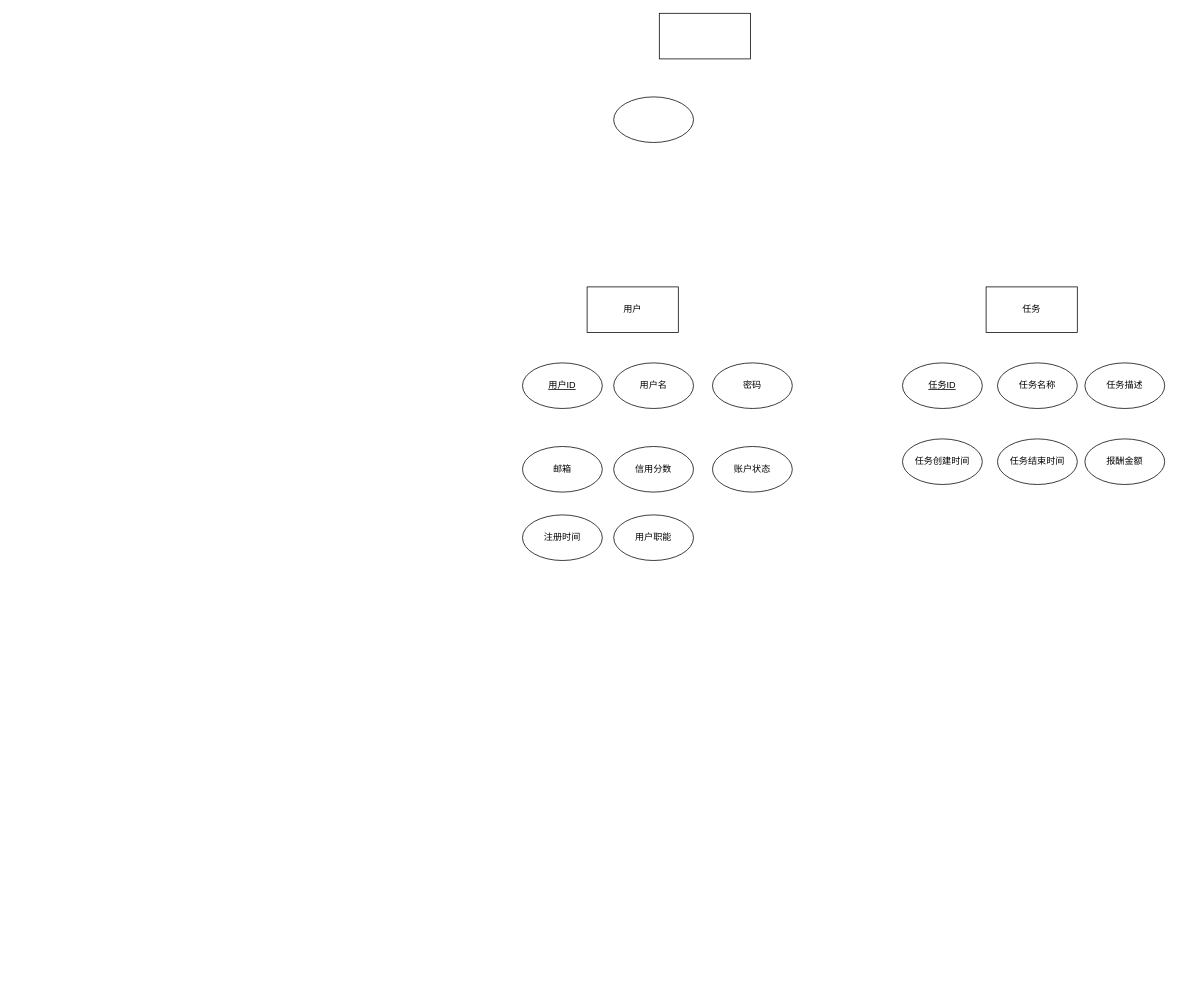
2yscww/Student-Support-Platform keeps this draw.io diagram as DOC/JavaEE_ER图.drawio. Above is the earlier version. Source tidied: cells renumbered, new cells numbered last; positions are measured from the earlier drawing's top-left corner, leaving out a move shared by most shapes. Both pictures are drawn from the tidied source at 76%, with x=0, y=0 at pixel (522, 13).
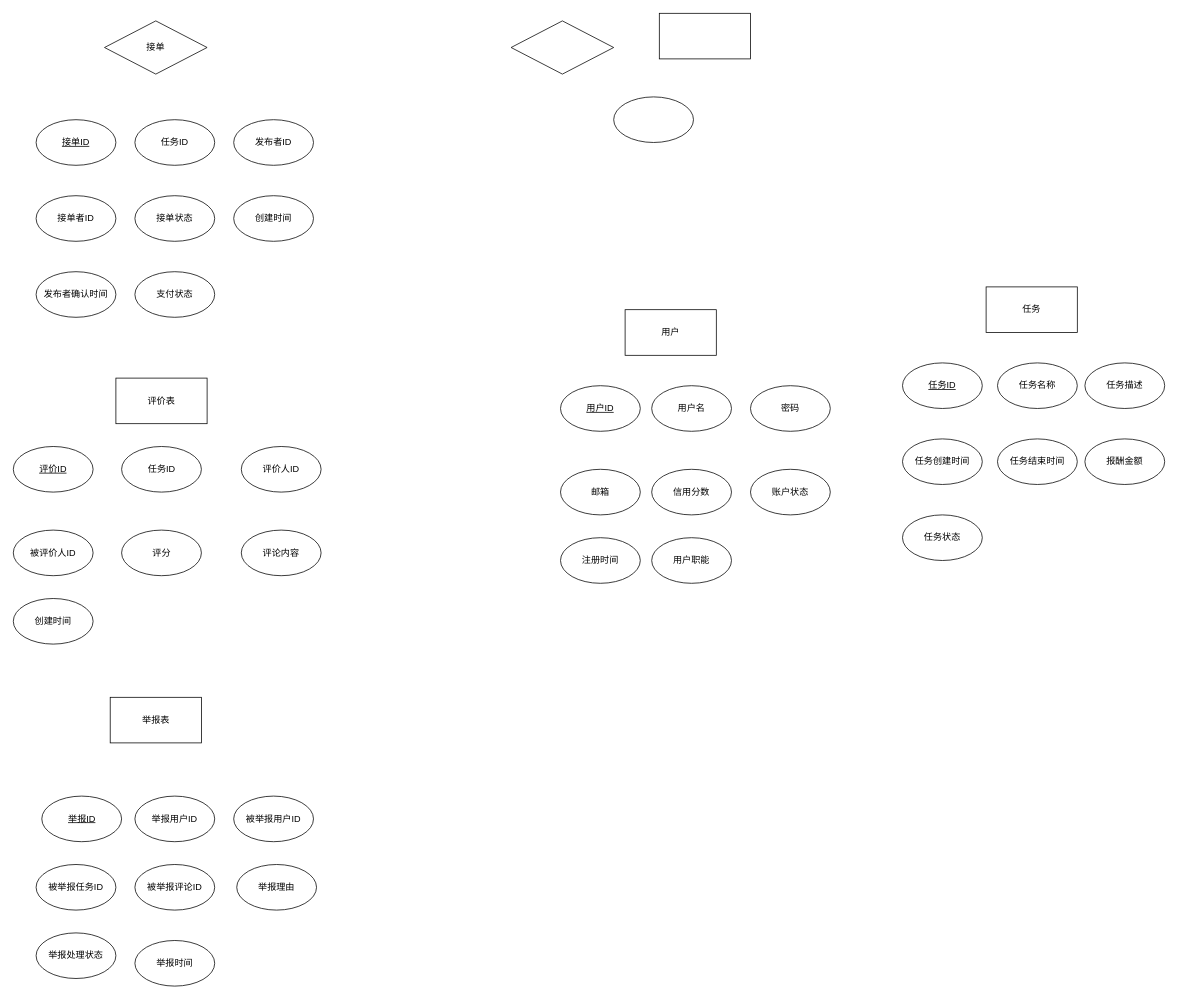
Above is the later version.

Commit message (it also covers changes not shown here):
[DOC] Add project ER diagram and sql file

Diff of the diagram source:
```diff
@@
     <mxCell id="4" value="用户" style="rounded=0;whiteSpace=wrap;html=1;" parent="1" vertex="1">
-      <mxGeometry x="85" y="360" width="120" height="60" as="geometry" />
+      <mxGeometry x="135" y="390" width="120" height="60" as="geometry" />
     </mxCell>
     <mxCell id="5" value="&lt;u&gt;用户ID&lt;/u&gt;" style="ellipse;whiteSpace=wrap;html=1;" parent="1" vertex="1">
-      <mxGeometry y="460" width="105" height="60" as="geometry" />
+      <mxGeometry x="50" y="490" width="105" height="60" as="geometry" />
     </mxCell>
     <mxCell id="6" value="用户名" style="ellipse;whiteSpace=wrap;html=1;" parent="1" vertex="1">
-      <mxGeometry x="120" y="460" width="105" height="60" as="geometry" />
+      <mxGeometry x="170" y="490" width="105" height="60" as="geometry" />
     </mxCell>
     <mxCell id="7" value="密码" style="ellipse;whiteSpace=wrap;html=1;" parent="1" vertex="1">
-      <mxGeometry x="250" y="460" width="105" height="60" as="geometry" />
+      <mxGeometry x="300" y="490" width="105" height="60" as="geometry" />
     </mxCell>
     <mxCell id="8" value="邮箱" style="ellipse;whiteSpace=wrap;html=1;" parent="1" vertex="1">
-      <mxGeometry y="570" width="105" height="60" as="geometry" />
+      <mxGeometry x="50" y="600" width="105" height="60" as="geometry" />
     </mxCell>
     <mxCell id="9" value="信用分数" style="ellipse;whiteSpace=wrap;html=1;" parent="1" vertex="1">
-      <mxGeometry x="120" y="570" width="105" height="60" as="geometry" />
+      <mxGeometry x="170" y="600" width="105" height="60" as="geometry" />
     </mxCell>
     <mxCell id="10" value="账户状态" style="ellipse;whiteSpace=wrap;html=1;" parent="1" vertex="1">
-      <mxGeometry x="250" y="570" width="105" height="60" as="geometry" />
+      <mxGeometry x="300" y="600" width="105" height="60" as="geometry" />
     </mxCell>
     <mxCell id="11" value="注册时间" style="ellipse;whiteSpace=wrap;html=1;" parent="1" vertex="1">
-      <mxGeometry y="660" width="105" height="60" as="geometry" />
+      <mxGeometry x="50" y="690" width="105" height="60" as="geometry" />
     </mxCell>
     <mxCell id="12" value="用户职能" style="ellipse;whiteSpace=wrap;html=1;" parent="1" vertex="1">
-      <mxGeometry x="120" y="660" width="105" height="60" as="geometry" />
+      <mxGeometry x="170" y="690" width="105" height="60" as="geometry" />
     </mxCell>
@@
+    <mxCell id="20" value="任务状态" style="ellipse;whiteSpace=wrap;html=1;" parent="1" vertex="1">
+      <mxGeometry x="500" y="660" width="105" height="60" as="geometry" />
+    </mxCell>
+    <mxCell id="21" value="接单" style="rhombus;whiteSpace=wrap;html=1;" parent="1" vertex="1">
+      <mxGeometry x="-550" y="10" width="135" height="70" as="geometry" />
+    </mxCell>
+    <mxCell id="22" style="rhombus;whiteSpace=wrap;html=1;" parent="1" vertex="1">
+      <mxGeometry x="-15" y="10" width="135" height="70" as="geometry" />
+    </mxCell>
+    <mxCell id="23" value="任务ID" style="ellipse;whiteSpace=wrap;html=1;" parent="1" vertex="1">
+      <mxGeometry x="-510" y="140" width="105" height="60" as="geometry" />
+    </mxCell>
+    <mxCell id="24" value="发布者ID" style="ellipse;whiteSpace=wrap;html=1;" parent="1" vertex="1">
+      <mxGeometry x="-380" y="140" width="105" height="60" as="geometry" />
+    </mxCell>
+    <mxCell id="25" value="&lt;u&gt;接单ID&lt;/u&gt;" style="ellipse;whiteSpace=wrap;html=1;" parent="1" vertex="1">
+      <mxGeometry x="-640" y="140" width="105" height="60" as="geometry" />
+    </mxCell>
+    <mxCell id="26" value="接单者ID" style="ellipse;whiteSpace=wrap;html=1;" parent="1" vertex="1">
+      <mxGeometry x="-640" y="240" width="105" height="60" as="geometry" />
+    </mxCell>
+    <mxCell id="27" value="接单状态" style="ellipse;whiteSpace=wrap;html=1;" parent="1" vertex="1">
+      <mxGeometry x="-510" y="240" width="105" height="60" as="geometry" />
+    </mxCell>
+    <mxCell id="28" value="创建时间" style="ellipse;whiteSpace=wrap;html=1;" parent="1" vertex="1">
+      <mxGeometry x="-380" y="240" width="105" height="60" as="geometry" />
+    </mxCell>
+    <mxCell id="29" value="发布者确认时间" style="ellipse;whiteSpace=wrap;html=1;" parent="1" vertex="1">
+      <mxGeometry x="-640" y="340" width="105" height="60" as="geometry" />
+    </mxCell>
+    <mxCell id="30" value="支付状态" style="ellipse;whiteSpace=wrap;html=1;" parent="1" vertex="1">
+      <mxGeometry x="-510" y="340" width="105" height="60" as="geometry" />
+    </mxCell>
+    <mxCell id="31" value="评价表" style="rounded=0;whiteSpace=wrap;html=1;" parent="1" vertex="1">
+      <mxGeometry x="-535" y="480" width="120" height="60" as="geometry" />
+    </mxCell>
+    <mxCell id="32" value="&lt;u&gt;评价ID&lt;/u&gt;" style="ellipse;whiteSpace=wrap;html=1;" parent="1" vertex="1">
+      <mxGeometry x="-670" y="570" width="105" height="60" as="geometry" />
+    </mxCell>
+    <mxCell id="33" value="任务ID" style="ellipse;whiteSpace=wrap;html=1;" parent="1" vertex="1">
+      <mxGeometry x="-527.5" y="570" width="105" height="60" as="geometry" />
+    </mxCell>
+    <mxCell id="34" value="评价人ID" style="ellipse;whiteSpace=wrap;html=1;" parent="1" vertex="1">
+      <mxGeometry x="-370" y="570" width="105" height="60" as="geometry" />
+    </mxCell>
+    <mxCell id="35" value="被评价人ID" style="ellipse;whiteSpace=wrap;html=1;" parent="1" vertex="1">
+      <mxGeometry x="-670" y="680" width="105" height="60" as="geometry" />
+    </mxCell>
+    <mxCell id="36" value="评分" style="ellipse;whiteSpace=wrap;html=1;" parent="1" vertex="1">
+      <mxGeometry x="-527.5" y="680" width="105" height="60" as="geometry" />
+    </mxCell>
+    <mxCell id="37" style="edgeStyle=orthogonalEdgeStyle;rounded=0;orthogonalLoop=1;jettySize=auto;html=1;exitX=0.5;exitY=1;exitDx=0;exitDy=0;" parent="1" edge="1" source="36" target="36">
+      <mxGeometry relative="1" as="geometry" />
+    </mxCell>
+    <mxCell id="38" value="评论内容" style="ellipse;whiteSpace=wrap;html=1;" parent="1" vertex="1">
+      <mxGeometry x="-370" y="680" width="105" height="60" as="geometry" />
+    </mxCell>
+    <mxCell id="39" value="创建时间" style="ellipse;whiteSpace=wrap;html=1;" parent="1" vertex="1">
+      <mxGeometry x="-670" y="770" width="105" height="60" as="geometry" />
+    </mxCell>
+    <mxCell id="40" value="举报表" style="rounded=0;whiteSpace=wrap;html=1;" parent="1" vertex="1">
+      <mxGeometry x="-542.5" y="900" width="120" height="60" as="geometry" />
+    </mxCell>
+    <mxCell id="41" value="&lt;u&gt;举报ID&lt;/u&gt;" style="ellipse;whiteSpace=wrap;html=1;" parent="1" vertex="1">
+      <mxGeometry x="-632.5" y="1030" width="105" height="60" as="geometry" />
+    </mxCell>
+    <mxCell id="42" value="举报用户ID" style="ellipse;whiteSpace=wrap;html=1;" parent="1" vertex="1">
+      <mxGeometry x="-510" y="1030" width="105" height="60" as="geometry" />
+    </mxCell>
+    <mxCell id="43" value="被举报任务ID" style="ellipse;whiteSpace=wrap;html=1;" parent="1" vertex="1">
+      <mxGeometry x="-640" y="1120" width="105" height="60" as="geometry" />
+    </mxCell>
+    <mxCell id="44" value="举报理由" style="ellipse;whiteSpace=wrap;html=1;" parent="1" vertex="1">
+      <mxGeometry x="-376" y="1120" width="105" height="60" as="geometry" />
+    </mxCell>
+    <mxCell id="45" value="被举报评论ID" style="ellipse;whiteSpace=wrap;html=1;" parent="1" vertex="1">
+      <mxGeometry x="-510" y="1120" width="105" height="60" as="geometry" />
+    </mxCell>
+    <mxCell id="46" value="被举报用户ID" style="ellipse;whiteSpace=wrap;html=1;" parent="1" vertex="1">
+      <mxGeometry x="-380" y="1030" width="105" height="60" as="geometry" />
+    </mxCell>
+    <mxCell id="47" value="举报处理状态" style="ellipse;whiteSpace=wrap;html=1;" parent="1" vertex="1">
+      <mxGeometry x="-640" y="1210" width="105" height="60" as="geometry" />
+    </mxCell>
+    <mxCell id="48" value="举报时间" style="ellipse;whiteSpace=wrap;html=1;" parent="1" vertex="1">
+      <mxGeometry x="-510" y="1220" width="105" height="60" as="geometry" />
+    </mxCell>
```
